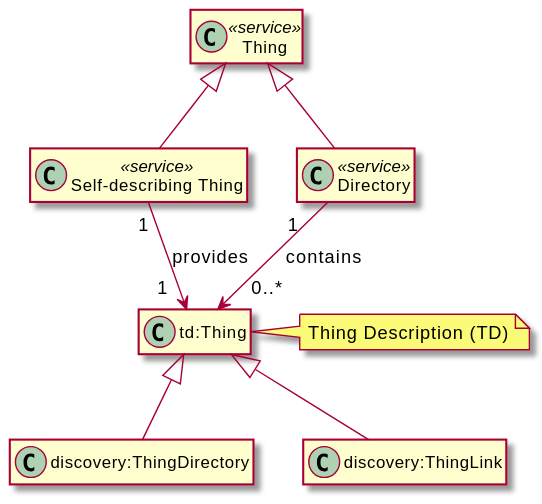
Above: images/exploration-class-diagram.svg in w3c/wot-discovery (PlantUML), before the change.
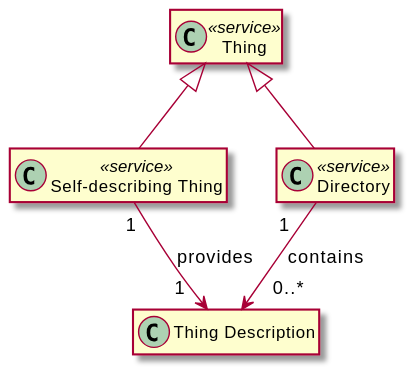
After the change.

Commit message:
consolidated diagrams

What changed in the source:
```diff
@@ -8,19 +8,11 @@
     class Directory <<service>>
 }
 
-class TD as "td:Thing"
-note right: Thing Description (TD)
-together {
-    class ThingDirectory as "discovery:ThingDirectory"
-
-    class ThingLink as "discovery:ThingLink"
-}
+class TD as "Thing Description"
 
 Thing <|-- SelfDesc
 Thing <|-- Directory
 SelfDesc "1" --> "1  " TD: provides
-TD <|-- ThingDirectory
-TD <|-- ThingLink
 Directory "1   " --> "   0..*" TD: contains
 
 
```
